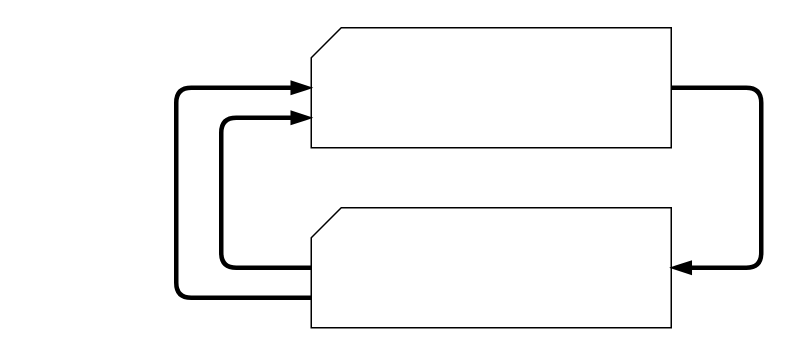
Above: RL_principle.drawio in HolgerStenberg/KTH_KEX-jobb_2021 (draw.io), before the change. Source tidied: cells renumbered, new cells numbered last; positions are measured from the earlier drawing's top-left corner, leaving out a move shared by most shapes. Both pictures are drawn from the tidied source at 150%, with x=0, y=0 at pixel (176, 27).
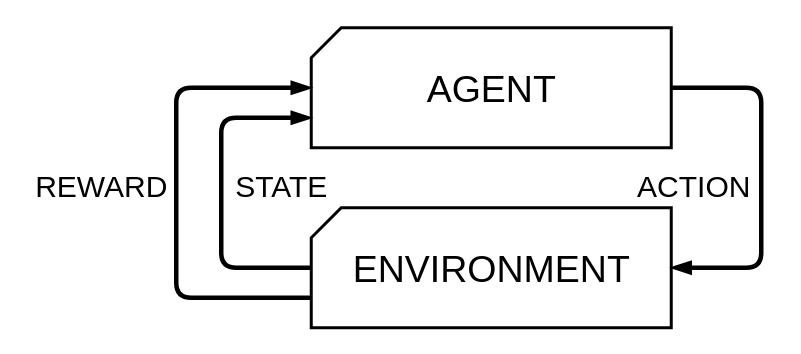
The same page after the edit.

The edit, as a diff of the source:
```diff
@@
 <mxGraphModel>
   <root>
     <mxCell id="0" />
     <mxCell id="1" parent="0" />
-    <mxCell id="2" style="verticalLabelPosition=bottom;verticalAlign=top;html=1;shape=card;whiteSpace=wrap;size=20;arcSize=12;" parent="1" vertex="1">
+    <mxCell id="2" style="verticalLabelPosition=bottom;verticalAlign=top;html=1;shape=card;whiteSpace=wrap;size=20;arcSize=12;strokeWidth=2;" parent="1" vertex="1">
       <mxGeometry x="90" width="240" height="80" as="geometry" />
     </mxCell>
-    <mxCell id="3" style="verticalLabelPosition=bottom;verticalAlign=top;html=1;shape=card;whiteSpace=wrap;size=20;arcSize=12;" parent="1" vertex="1">
+    <mxCell id="3" style="verticalLabelPosition=bottom;verticalAlign=top;html=1;shape=card;whiteSpace=wrap;size=20;arcSize=12;strokeWidth=2;" parent="1" vertex="1">
       <mxGeometry x="90" y="120" width="240" height="80" as="geometry" />
     </mxCell>
     <mxCell id="4" style="endArrow=blockThin;html=1;strokeWidth=3;exitX=0;exitY=0.75;exitDx=0;exitDy=0;exitPerimeter=0;endFill=1;" parent="1" edge="1" source="3" target="2">
       <mxGeometry relative="1" as="geometry">
         <Array as="points">
           <mxPoint y="180" />
           <mxPoint y="40" />
         </Array>
       </mxGeometry>
     </mxCell>
     <mxCell id="5" style="endArrow=blockThin;html=1;strokeWidth=3;entryX=0;entryY=0.75;entryDx=0;entryDy=0;entryPerimeter=0;endFill=1;" parent="1" edge="1" source="3" target="2">
       <mxGeometry relative="1" as="geometry">
         <Array as="points">
           <mxPoint x="30" y="160" />
           <mxPoint x="30" y="60" />
         </Array>
       </mxGeometry>
     </mxCell>
     <mxCell id="6" style="endArrow=blockThin;html=1;strokeWidth=3;exitX=1;exitY=0.5;exitDx=0;exitDy=0;exitPerimeter=0;entryX=1;entryY=0.5;entryDx=0;entryDy=0;entryPerimeter=0;endFill=1;" parent="1" edge="1" source="2" target="3">
       <mxGeometry relative="1" as="geometry">
         <Array as="points">
           <mxPoint x="390" y="40" />
           <mxPoint x="390" y="160" />
         </Array>
       </mxGeometry>
     </mxCell>
+    <mxCell id="7" value="ACTION" style="text;html=1;align=center;verticalAlign=middle;fontSize=20;" parent="1" vertex="1">
+      <mxGeometry x="300" y="90" width="90" height="30" as="geometry" />
+    </mxCell>
+    <mxCell id="8" value="STATE" style="text;html=1;align=center;verticalAlign=middle;fontSize=20;" parent="1" vertex="1">
+      <mxGeometry x="30" y="90" width="80" height="30" as="geometry" />
+    </mxCell>
+    <mxCell id="9" value="REWARD" style="text;html=1;align=center;verticalAlign=middle;fontSize=20;" parent="1" vertex="1">
+      <mxGeometry x="-100" y="90" width="100" height="30" as="geometry" />
+    </mxCell>
+    <mxCell id="10" value="AGENT" style="text;html=1;align=center;verticalAlign=middle;fontSize=25;" parent="1" vertex="1">
+      <mxGeometry x="160" y="20" width="100" height="40" as="geometry" />
+    </mxCell>
+    <mxCell id="11" value="ENVIRONMENT" style="text;html=1;align=center;verticalAlign=middle;fontSize=25;" parent="1" vertex="1">
+      <mxGeometry x="110" y="140" width="200" height="40" as="geometry" />
+    </mxCell>
   </root>
 </mxGraphModel>
```
